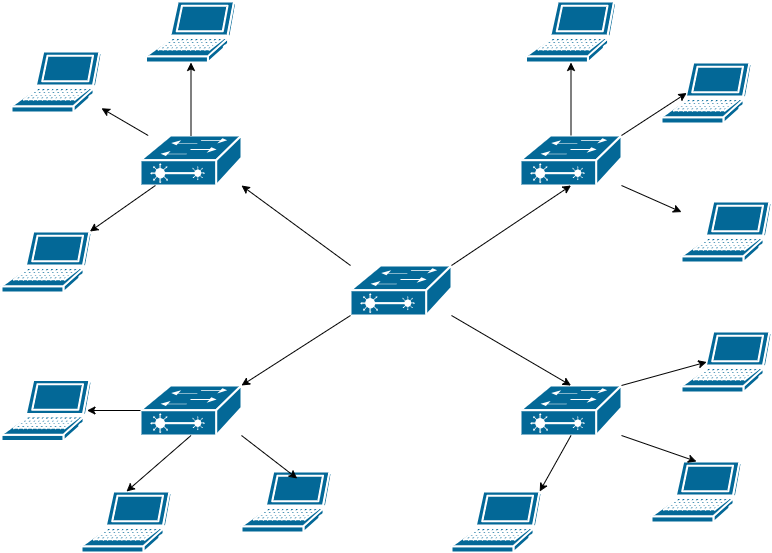
The draw.io diagram Mesh topology based star.drawio.png in waiyanminunt/learning-code-of-school, before a commit. Source tidied: cells renumbered, new cells last; positions are measured from the earlier drawing's top-left corner, leaving out a move shared by most shapes. Its diagram source:
```xml
<mxGraphModel>
  <root>
    <mxCell id="0" />
    <mxCell id="1" parent="0" />
    <mxCell id="2" style="shape=mxgraph.cisco.switches.layer_2_remote_switch;sketch=0;html=1;dashed=0;fillColor=#036897;strokeColor=#ffffff;strokeWidth=2;verticalLabelPosition=bottom;verticalAlign=top;align=center;outlineConnect=0;" parent="1" vertex="1">
      <mxGeometry x="139" y="134" width="101" height="50" as="geometry" />
    </mxCell>
    <mxCell id="3" style="shape=mxgraph.cisco.switches.layer_2_remote_switch;sketch=0;html=1;dashed=0;fillColor=#036897;strokeColor=#ffffff;strokeWidth=2;verticalLabelPosition=bottom;verticalAlign=top;align=center;outlineConnect=0;" parent="1" vertex="1">
      <mxGeometry x="349" y="264" width="101" height="50" as="geometry" />
    </mxCell>
    <mxCell id="4" style="endArrow=classic;html=1;rounded=0;exitX=0;exitY=0;exitDx=0;exitDy=0;exitPerimeter=0;entryX=1;entryY=1;entryDx=0;entryDy=0;entryPerimeter=0;" parent="1" edge="1" source="3" target="2">
      <mxGeometry relative="1" as="geometry" />
    </mxCell>
    <mxCell id="5" style="shape=mxgraph.cisco.switches.layer_2_remote_switch;sketch=0;html=1;dashed=0;fillColor=#036897;strokeColor=#ffffff;strokeWidth=2;verticalLabelPosition=bottom;verticalAlign=top;align=center;outlineConnect=0;" parent="1" vertex="1">
      <mxGeometry x="139" y="384" width="101" height="50" as="geometry" />
    </mxCell>
    <mxCell id="6" style="endArrow=classic;html=1;rounded=0;exitX=0;exitY=1;exitDx=0;exitDy=0;exitPerimeter=0;entryX=1;entryY=0;entryDx=0;entryDy=0;entryPerimeter=0;" parent="1" edge="1" source="3" target="5">
      <mxGeometry relative="1" as="geometry" />
    </mxCell>
    <mxCell id="7" style="shape=mxgraph.cisco.switches.layer_2_remote_switch;sketch=0;html=1;dashed=0;fillColor=#036897;strokeColor=#ffffff;strokeWidth=2;verticalLabelPosition=bottom;verticalAlign=top;align=center;outlineConnect=0;" parent="1" vertex="1">
      <mxGeometry x="519" y="134" width="101" height="50" as="geometry" />
    </mxCell>
    <mxCell id="8" style="endArrow=classic;html=1;rounded=0;exitX=1;exitY=0;exitDx=0;exitDy=0;exitPerimeter=0;entryX=0.5;entryY=1;entryDx=0;entryDy=0;entryPerimeter=0;" parent="1" edge="1" source="3" target="7">
      <mxGeometry relative="1" as="geometry" />
    </mxCell>
    <mxCell id="9" style="shape=mxgraph.cisco.switches.layer_2_remote_switch;sketch=0;html=1;dashed=0;fillColor=#036897;strokeColor=#ffffff;strokeWidth=2;verticalLabelPosition=bottom;verticalAlign=top;align=center;outlineConnect=0;" parent="1" vertex="1">
      <mxGeometry x="519" y="384" width="101" height="50" as="geometry" />
    </mxCell>
    <mxCell id="10" style="endArrow=classic;html=1;rounded=0;exitX=1;exitY=1;exitDx=0;exitDy=0;exitPerimeter=0;entryX=0.5;entryY=0;entryDx=0;entryDy=0;entryPerimeter=0;" parent="1" edge="1" source="3" target="9">
      <mxGeometry relative="1" as="geometry" />
    </mxCell>
    <mxCell id="11" style="shape=mxgraph.cisco.computers_and_peripherals.laptop;sketch=0;html=1;dashed=0;fillColor=#036897;strokeColor=#ffffff;strokeWidth=2;verticalLabelPosition=bottom;verticalAlign=top;align=center;outlineConnect=0;" parent="1" vertex="1">
      <mxGeometry x="144.5" width="90" height="61" as="geometry" />
    </mxCell>
    <mxCell id="12" style="shape=mxgraph.cisco.computers_and_peripherals.laptop;sketch=0;html=1;dashed=0;fillColor=#036897;strokeColor=#ffffff;strokeWidth=2;verticalLabelPosition=bottom;verticalAlign=top;align=center;outlineConnect=0;" parent="1" vertex="1">
      <mxGeometry x="10" y="50" width="90" height="61" as="geometry" />
    </mxCell>
    <mxCell id="13" style="shape=mxgraph.cisco.computers_and_peripherals.laptop;sketch=0;html=1;dashed=0;fillColor=#036897;strokeColor=#ffffff;strokeWidth=2;verticalLabelPosition=bottom;verticalAlign=top;align=center;outlineConnect=0;" parent="1" vertex="1">
      <mxGeometry y="230" width="90" height="61" as="geometry" />
    </mxCell>
    <mxCell id="14" style="shape=mxgraph.cisco.computers_and_peripherals.laptop;sketch=0;html=1;dashed=0;fillColor=#036897;strokeColor=#ffffff;strokeWidth=2;verticalLabelPosition=bottom;verticalAlign=top;align=center;outlineConnect=0;" parent="1" vertex="1">
      <mxGeometry x="524.5" width="90" height="61" as="geometry" />
    </mxCell>
    <mxCell id="15" style="shape=mxgraph.cisco.computers_and_peripherals.laptop;sketch=0;html=1;dashed=0;fillColor=#036897;strokeColor=#ffffff;strokeWidth=2;verticalLabelPosition=bottom;verticalAlign=top;align=center;outlineConnect=0;" parent="1" vertex="1">
      <mxGeometry x="660" y="61" width="90" height="61" as="geometry" />
    </mxCell>
    <mxCell id="16" style="shape=mxgraph.cisco.computers_and_peripherals.laptop;sketch=0;html=1;dashed=0;fillColor=#036897;strokeColor=#ffffff;strokeWidth=2;verticalLabelPosition=bottom;verticalAlign=top;align=center;outlineConnect=0;" parent="1" vertex="1">
      <mxGeometry x="680" y="200" width="90" height="61" as="geometry" />
    </mxCell>
    <mxCell id="17" style="shape=mxgraph.cisco.computers_and_peripherals.laptop;sketch=0;html=1;dashed=0;fillColor=#036897;strokeColor=#ffffff;strokeWidth=2;verticalLabelPosition=bottom;verticalAlign=top;align=center;outlineConnect=0;" parent="1" vertex="1">
      <mxGeometry y="378.5" width="90" height="61" as="geometry" />
    </mxCell>
    <mxCell id="18" style="shape=mxgraph.cisco.computers_and_peripherals.laptop;sketch=0;html=1;dashed=0;fillColor=#036897;strokeColor=#ffffff;strokeWidth=2;verticalLabelPosition=bottom;verticalAlign=top;align=center;outlineConnect=0;" parent="1" vertex="1">
      <mxGeometry x="80" y="490" width="90" height="61" as="geometry" />
    </mxCell>
    <mxCell id="19" style="shape=mxgraph.cisco.computers_and_peripherals.laptop;sketch=0;html=1;dashed=0;fillColor=#036897;strokeColor=#ffffff;strokeWidth=2;verticalLabelPosition=bottom;verticalAlign=top;align=center;outlineConnect=0;" parent="1" vertex="1">
      <mxGeometry x="680" y="330" width="90" height="61" as="geometry" />
    </mxCell>
    <mxCell id="20" style="shape=mxgraph.cisco.computers_and_peripherals.laptop;sketch=0;html=1;dashed=0;fillColor=#036897;strokeColor=#ffffff;strokeWidth=2;verticalLabelPosition=bottom;verticalAlign=top;align=center;outlineConnect=0;" parent="1" vertex="1">
      <mxGeometry x="650" y="460" width="90" height="61" as="geometry" />
    </mxCell>
    <mxCell id="21" style="endArrow=classic;html=1;rounded=0;exitX=0.5;exitY=0;exitDx=0;exitDy=0;exitPerimeter=0;" parent="1" edge="1" source="2" target="11">
      <mxGeometry relative="1" as="geometry" />
    </mxCell>
    <mxCell id="22" style="edgeStyle=orthogonalEdgeStyle;rounded=0;jettySize=auto;html=1;exitX=0;exitY=0.5;exitDx=0;exitDy=0;exitPerimeter=0;entryX=0.95;entryY=0.5;entryDx=0;entryDy=0;entryPerimeter=0;" parent="1" edge="1" source="5" target="17">
      <mxGeometry relative="1" as="geometry" />
    </mxCell>
    <mxCell id="23" style="endArrow=classic;html=1;rounded=0;exitX=1;exitY=1;exitDx=0;exitDy=0;exitPerimeter=0;" parent="1" edge="1" source="7" target="16">
      <mxGeometry relative="1" as="geometry" />
    </mxCell>
    <mxCell id="24" style="endArrow=classic;html=1;rounded=0;entryX=0.28;entryY=0.5;entryDx=0;entryDy=0;entryPerimeter=0;exitX=1;exitY=0;exitDx=0;exitDy=0;exitPerimeter=0;" parent="1" edge="1" source="7" target="15">
      <mxGeometry relative="1" as="geometry" />
    </mxCell>
    <mxCell id="25" style="edgeStyle=orthogonalEdgeStyle;rounded=0;jettySize=auto;html=1;exitX=0.5;exitY=0;exitDx=0;exitDy=0;exitPerimeter=0;entryX=0.5;entryY=1;entryDx=0;entryDy=0;entryPerimeter=0;" parent="1" edge="1" source="7" target="14">
      <mxGeometry relative="1" as="geometry" />
    </mxCell>
    <mxCell id="26" style="endArrow=classic;html=1;rounded=0;" parent="1" edge="1" source="2" target="13">
      <mxGeometry relative="1" as="geometry" />
    </mxCell>
    <mxCell id="27" style="endArrow=classic;html=1;rounded=0;" parent="1" edge="1" source="2" target="12">
      <mxGeometry relative="1" as="geometry" />
    </mxCell>
    <mxCell id="28" style="shape=mxgraph.cisco.computers_and_peripherals.laptop;sketch=0;html=1;dashed=0;fillColor=#036897;strokeColor=#ffffff;strokeWidth=2;verticalLabelPosition=bottom;verticalAlign=top;align=center;outlineConnect=0;" parent="1" vertex="1">
      <mxGeometry x="450" y="490" width="90" height="61" as="geometry" />
    </mxCell>
    <mxCell id="29" style="endArrow=classic;html=1;rounded=0;exitX=0.5;exitY=1;exitDx=0;exitDy=0;exitPerimeter=0;entryX=0.98;entryY=0;entryDx=0;entryDy=0;entryPerimeter=0;" parent="1" edge="1" source="9" target="28">
      <mxGeometry relative="1" as="geometry" />
    </mxCell>
    <mxCell id="30" style="endArrow=classic;html=1;rounded=0;exitX=1;exitY=1;exitDx=0;exitDy=0;exitPerimeter=0;entryX=0.5;entryY=0;entryDx=0;entryDy=0;entryPerimeter=0;" parent="1" edge="1" source="9" target="20">
      <mxGeometry relative="1" as="geometry" />
    </mxCell>
    <mxCell id="31" style="endArrow=classic;html=1;rounded=0;exitX=1;exitY=0;exitDx=0;exitDy=0;exitPerimeter=0;entryX=0.28;entryY=0.5;entryDx=0;entryDy=0;entryPerimeter=0;" parent="1" edge="1" source="9" target="19">
      <mxGeometry relative="1" as="geometry" />
    </mxCell>
    <mxCell id="32" style="shape=mxgraph.cisco.computers_and_peripherals.laptop;sketch=0;html=1;dashed=0;fillColor=#036897;strokeColor=#ffffff;strokeWidth=2;verticalLabelPosition=bottom;verticalAlign=top;align=center;outlineConnect=0;" parent="1" vertex="1">
      <mxGeometry x="240" y="470" width="90" height="61" as="geometry" />
    </mxCell>
    <mxCell id="33" style="endArrow=classic;html=1;rounded=0;exitX=1;exitY=1;exitDx=0;exitDy=0;exitPerimeter=0;entryX=0.619;entryY=0.115;entryDx=0;entryDy=0;entryPerimeter=0;" parent="1" edge="1" source="5" target="32">
      <mxGeometry relative="1" as="geometry" />
    </mxCell>
    <mxCell id="34" style="endArrow=classic;html=1;rounded=0;exitX=0.5;exitY=1;exitDx=0;exitDy=0;exitPerimeter=0;entryX=0.5;entryY=0;entryDx=0;entryDy=0;entryPerimeter=0;" parent="1" edge="1" source="5" target="18">
      <mxGeometry relative="1" as="geometry" />
    </mxCell>
  </root>
</mxGraphModel>
```
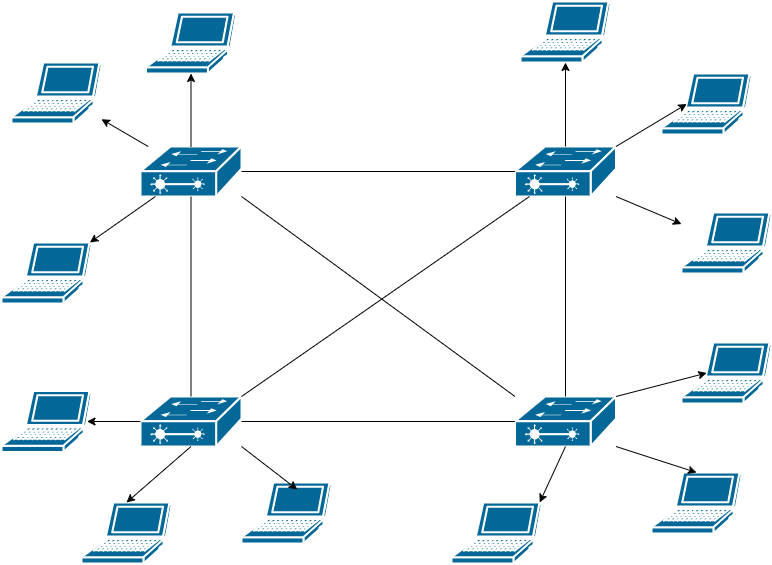
The same file after the commit.

Diff of the diagram source:
```diff
@@ -5,30 +5,15 @@
     <mxCell id="2" style="shape=mxgraph.cisco.switches.layer_2_remote_switch;sketch=0;html=1;dashed=0;fillColor=#036897;strokeColor=#ffffff;strokeWidth=2;verticalLabelPosition=bottom;verticalAlign=top;align=center;outlineConnect=0;" parent="1" vertex="1">
       <mxGeometry x="139" y="134" width="101" height="50" as="geometry" />
     </mxCell>
-    <mxCell id="3" style="shape=mxgraph.cisco.switches.layer_2_remote_switch;sketch=0;html=1;dashed=0;fillColor=#036897;strokeColor=#ffffff;strokeWidth=2;verticalLabelPosition=bottom;verticalAlign=top;align=center;outlineConnect=0;" parent="1" vertex="1">
-      <mxGeometry x="349" y="264" width="101" height="50" as="geometry" />
-    </mxCell>
-    <mxCell id="4" style="endArrow=classic;html=1;rounded=0;exitX=0;exitY=0;exitDx=0;exitDy=0;exitPerimeter=0;entryX=1;entryY=1;entryDx=0;entryDy=0;entryPerimeter=0;" parent="1" edge="1" source="3" target="2">
-      <mxGeometry relative="1" as="geometry" />
-    </mxCell>
     <mxCell id="5" style="shape=mxgraph.cisco.switches.layer_2_remote_switch;sketch=0;html=1;dashed=0;fillColor=#036897;strokeColor=#ffffff;strokeWidth=2;verticalLabelPosition=bottom;verticalAlign=top;align=center;outlineConnect=0;" parent="1" vertex="1">
       <mxGeometry x="139" y="384" width="101" height="50" as="geometry" />
     </mxCell>
-    <mxCell id="6" style="endArrow=classic;html=1;rounded=0;exitX=0;exitY=1;exitDx=0;exitDy=0;exitPerimeter=0;entryX=1;entryY=0;entryDx=0;entryDy=0;entryPerimeter=0;" parent="1" edge="1" source="3" target="5">
-      <mxGeometry relative="1" as="geometry" />
-    </mxCell>
     <mxCell id="7" style="shape=mxgraph.cisco.switches.layer_2_remote_switch;sketch=0;html=1;dashed=0;fillColor=#036897;strokeColor=#ffffff;strokeWidth=2;verticalLabelPosition=bottom;verticalAlign=top;align=center;outlineConnect=0;" parent="1" vertex="1">
-      <mxGeometry x="519" y="134" width="101" height="50" as="geometry" />
+      <mxGeometry x="513.5" y="134" width="101" height="50" as="geometry" />
     </mxCell>
-    <mxCell id="8" style="endArrow=classic;html=1;rounded=0;exitX=1;exitY=0;exitDx=0;exitDy=0;exitPerimeter=0;entryX=0.5;entryY=1;entryDx=0;entryDy=0;entryPerimeter=0;" parent="1" edge="1" source="3" target="7">
-      <mxGeometry relative="1" as="geometry" />
-    </mxCell>
     <mxCell id="9" style="shape=mxgraph.cisco.switches.layer_2_remote_switch;sketch=0;html=1;dashed=0;fillColor=#036897;strokeColor=#ffffff;strokeWidth=2;verticalLabelPosition=bottom;verticalAlign=top;align=center;outlineConnect=0;" parent="1" vertex="1">
-      <mxGeometry x="519" y="384" width="101" height="50" as="geometry" />
+      <mxGeometry x="513.5" y="384" width="101" height="50" as="geometry" />
     </mxCell>
-    <mxCell id="10" style="endArrow=classic;html=1;rounded=0;exitX=1;exitY=1;exitDx=0;exitDy=0;exitPerimeter=0;entryX=0.5;entryY=0;entryDx=0;entryDy=0;entryPerimeter=0;" parent="1" edge="1" source="3" target="9">
-      <mxGeometry relative="1" as="geometry" />
-    </mxCell>
     <mxCell id="11" style="shape=mxgraph.cisco.computers_and_peripherals.laptop;sketch=0;html=1;dashed=0;fillColor=#036897;strokeColor=#ffffff;strokeWidth=2;verticalLabelPosition=bottom;verticalAlign=top;align=center;outlineConnect=0;" parent="1" vertex="1">
       <mxGeometry x="144.5" width="90" height="61" as="geometry" />
     </mxCell>
@@ -39,7 +24,7 @@
       <mxGeometry y="230" width="90" height="61" as="geometry" />
     </mxCell>
     <mxCell id="14" style="shape=mxgraph.cisco.computers_and_peripherals.laptop;sketch=0;html=1;dashed=0;fillColor=#036897;strokeColor=#ffffff;strokeWidth=2;verticalLabelPosition=bottom;verticalAlign=top;align=center;outlineConnect=0;" parent="1" vertex="1">
-      <mxGeometry x="524.5" width="90" height="61" as="geometry" />
+      <mxGeometry x="519" y="-11" width="90" height="61" as="geometry" />
     </mxCell>
     <mxCell id="15" style="shape=mxgraph.cisco.computers_and_peripherals.laptop;sketch=0;html=1;dashed=0;fillColor=#036897;strokeColor=#ffffff;strokeWidth=2;verticalLabelPosition=bottom;verticalAlign=top;align=center;outlineConnect=0;" parent="1" vertex="1">
       <mxGeometry x="660" y="61" width="90" height="61" as="geometry" />
@@ -101,5 +86,23 @@
     <mxCell id="34" style="endArrow=classic;html=1;rounded=0;exitX=0.5;exitY=1;exitDx=0;exitDy=0;exitPerimeter=0;entryX=0.5;entryY=0;entryDx=0;entryDy=0;entryPerimeter=0;" parent="1" edge="1" source="5" target="18">
       <mxGeometry relative="1" as="geometry" />
     </mxCell>
+    <mxCell id="35" style="endArrow=none;html=1;rounded=0;exitX=1;exitY=0.5;exitDx=0;exitDy=0;exitPerimeter=0;" parent="1" edge="1" source="2" target="7">
+      <mxGeometry relative="1" as="geometry" />
+    </mxCell>
+    <mxCell id="36" style="endArrow=none;html=1;rounded=0;exitX=0.5;exitY=1;exitDx=0;exitDy=0;exitPerimeter=0;entryX=0.5;entryY=0;entryDx=0;entryDy=0;entryPerimeter=0;" parent="1" edge="1" source="2" target="5">
+      <mxGeometry relative="1" as="geometry" />
+    </mxCell>
+    <mxCell id="37" style="endArrow=none;html=1;rounded=0;exitX=1;exitY=0.5;exitDx=0;exitDy=0;exitPerimeter=0;entryX=0;entryY=0.5;entryDx=0;entryDy=0;entryPerimeter=0;" parent="1" edge="1" source="5" target="9">
+      <mxGeometry relative="1" as="geometry" />
+    </mxCell>
+    <mxCell id="38" style="endArrow=none;html=1;rounded=0;exitX=1;exitY=0;exitDx=0;exitDy=0;exitPerimeter=0;" parent="1" edge="1" source="5" target="7">
+      <mxGeometry relative="1" as="geometry" />
+    </mxCell>
+    <mxCell id="39" style="endArrow=none;html=1;rounded=0;exitX=0.5;exitY=0;exitDx=0;exitDy=0;exitPerimeter=0;entryX=0.5;entryY=1;entryDx=0;entryDy=0;entryPerimeter=0;" parent="1" edge="1" source="9" target="7">
+      <mxGeometry relative="1" as="geometry" />
+    </mxCell>
+    <mxCell id="40" style="endArrow=none;html=1;rounded=0;exitX=0;exitY=0;exitDx=0;exitDy=0;exitPerimeter=0;entryX=1;entryY=1;entryDx=0;entryDy=0;entryPerimeter=0;" parent="1" edge="1" source="9" target="2">
+      <mxGeometry relative="1" as="geometry" />
+    </mxCell>
   </root>
 </mxGraphModel>
```
